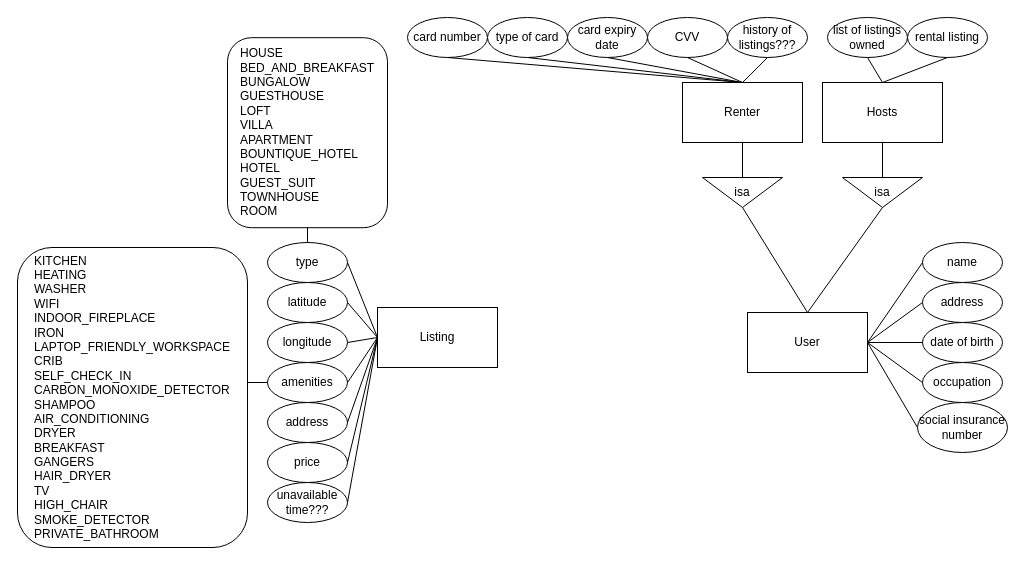
This is ERDiagram.drawio from TylarZhu/CSCC43Project, a draw.io file, before an edit. Source tidied: cells renumbered, new cells numbered last; positions are measured from the earlier drawing's top-left corner, leaving out a move shared by most shapes. Both pictures are drawn from the tidied source at 100%, with x=0, y=0 at pixel (17, 17).
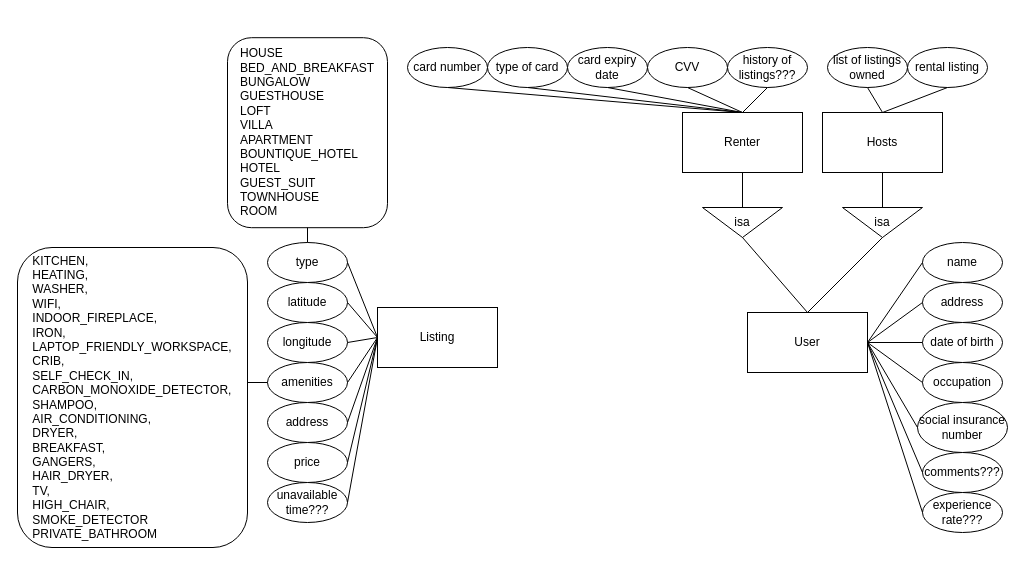
After the change.

Unchanged cells that the change refers to:
```xml
<mxCell id="21" value="User" style="rounded=0;whiteSpace=wrap;html=1;" parent="1" vertex="1">
  <mxGeometry x="730" y="295" width="120" height="60" as="geometry" />
</mxCell>
```

Change to the diagram source:
```diff
@@
-    <mxCell id="11" value="&lt;div style=&quot;text-align: left&quot;&gt;&lt;span&gt;KITCHEN&lt;/span&gt;&lt;/div&gt;&lt;div style=&quot;text-align: left&quot;&gt;&lt;span&gt;HEATING&lt;/span&gt;&lt;/div&gt;&lt;div style=&quot;text-align: left&quot;&gt;&lt;span&gt;WASHER&lt;/span&gt;&lt;/div&gt;&lt;div style=&quot;text-align: left&quot;&gt;&lt;span&gt;WIFI&lt;/span&gt;&lt;/div&gt;&lt;div style=&quot;text-align: left&quot;&gt;INDOOR_FIREPLACE&lt;/div&gt;&lt;div style=&quot;text-align: left&quot;&gt;IRON&lt;/div&gt;&lt;div style=&quot;text-align: left&quot;&gt;LAPTOP_FRIENDLY_WORKSPACE&lt;/div&gt;&lt;div style=&quot;text-align: left&quot;&gt;CRIB&lt;/div&gt;&lt;div style=&quot;text-align: left&quot;&gt;SELF_CHECK_IN&lt;/div&gt;&lt;div style=&quot;text-align: left&quot;&gt;CARBON_MONOXIDE_DETECTOR&lt;/div&gt;&lt;div style=&quot;text-align: left&quot;&gt;SHAMPOO&lt;/div&gt;&lt;div style=&quot;text-align: left&quot;&gt;AIR_CONDITIONING&lt;/div&gt;&lt;div style=&quot;text-align: left&quot;&gt;DRYER&lt;/div&gt;&lt;div style=&quot;text-align: left&quot;&gt;BREAKFAST&lt;/div&gt;&lt;div style=&quot;text-align: left&quot;&gt;GANGERS&lt;/div&gt;&lt;div style=&quot;text-align: left&quot;&gt;HAIR_DRYER&lt;/div&gt;&lt;div style=&quot;text-align: left&quot;&gt;TV&lt;/div&gt;&lt;div style=&quot;text-align: left&quot;&gt;HIGH_CHAIR&lt;/div&gt;&lt;div style=&quot;text-align: left&quot;&gt;SMOKE_DETECTOR&lt;/div&gt;&lt;div style=&quot;text-align: left&quot;&gt;PRIVATE_BATHROOM&lt;/div&gt;" style="rounded=1;whiteSpace=wrap;html=1;" parent="1" vertex="1">
+    <mxCell id="11" value="&lt;div style=&quot;text-align: left&quot;&gt;&lt;span&gt;KITCHEN,&lt;/span&gt;&lt;/div&gt;&lt;div style=&quot;text-align: left&quot;&gt;&lt;span&gt;HEATING,&lt;/span&gt;&lt;/div&gt;&lt;div style=&quot;text-align: left&quot;&gt;&lt;span&gt;WASHER,&lt;/span&gt;&lt;/div&gt;&lt;div style=&quot;text-align: left&quot;&gt;&lt;span&gt;WIFI,&lt;/span&gt;&lt;/div&gt;&lt;div style=&quot;text-align: left&quot;&gt;INDOOR_FIREPLACE,&lt;/div&gt;&lt;div style=&quot;text-align: left&quot;&gt;IRON,&lt;/div&gt;&lt;div style=&quot;text-align: left&quot;&gt;LAPTOP_FRIENDLY_WORKSPACE,&lt;/div&gt;&lt;div style=&quot;text-align: left&quot;&gt;CRIB,&lt;/div&gt;&lt;div style=&quot;text-align: left&quot;&gt;SELF_CHECK_IN,&lt;/div&gt;&lt;div style=&quot;text-align: left&quot;&gt;CARBON_MONOXIDE_DETECTOR,&lt;/div&gt;&lt;div style=&quot;text-align: left&quot;&gt;SHAMPOO,&lt;/div&gt;&lt;div style=&quot;text-align: left&quot;&gt;AIR_CONDITIONING,&lt;/div&gt;&lt;div style=&quot;text-align: left&quot;&gt;DRYER,&lt;/div&gt;&lt;div style=&quot;text-align: left&quot;&gt;BREAKFAST,&lt;/div&gt;&lt;div style=&quot;text-align: left&quot;&gt;GANGERS,&lt;/div&gt;&lt;div style=&quot;text-align: left&quot;&gt;HAIR_DRYER,&lt;/div&gt;&lt;div style=&quot;text-align: left&quot;&gt;TV,&lt;/div&gt;&lt;div style=&quot;text-align: left&quot;&gt;HIGH_CHAIR,&lt;/div&gt;&lt;div style=&quot;text-align: left&quot;&gt;SMOKE_DETECTOR&lt;/div&gt;&lt;div style=&quot;text-align: left&quot;&gt;PRIVATE_BATHROOM&lt;/div&gt;" style="rounded=1;whiteSpace=wrap;html=1;" parent="1" vertex="1">
       <mxGeometry y="230" width="230" height="300" as="geometry" />
     </mxCell>
@@
     <mxCell id="32" value="isa" style="triangle;whiteSpace=wrap;html=1;direction=south;" parent="1" vertex="1">
-      <mxGeometry x="685" y="160" width="80" height="30" as="geometry" />
+      <mxGeometry x="685" y="190" width="80" height="30" as="geometry" />
     </mxCell>
     <mxCell id="33" value="isa" style="triangle;whiteSpace=wrap;html=1;direction=south;" parent="1" vertex="1">
-      <mxGeometry x="825" y="160" width="80" height="30" as="geometry" />
+      <mxGeometry x="825" y="190" width="80" height="30" as="geometry" />
     </mxCell>
     <mxCell id="34" value="Renter" style="rounded=0;whiteSpace=wrap;html=1;" parent="1" vertex="1">
-      <mxGeometry x="665" y="65" width="120" height="60" as="geometry" />
+      <mxGeometry x="665" y="95" width="120" height="60" as="geometry" />
     </mxCell>
     <mxCell id="35" value="Hosts" style="rounded=0;whiteSpace=wrap;html=1;" parent="1" vertex="1">
-      <mxGeometry x="805" y="65" width="120" height="60" as="geometry" />
+      <mxGeometry x="805" y="95" width="120" height="60" as="geometry" />
     </mxCell>
     <mxCell id="36" value="card number" style="ellipse;whiteSpace=wrap;html=1;" parent="1" vertex="1">
-      <mxGeometry x="390" width="80" height="40" as="geometry" />
+      <mxGeometry x="390" y="30" width="80" height="40" as="geometry" />
     </mxCell>
     <mxCell id="37" value="type of card" style="ellipse;whiteSpace=wrap;html=1;" parent="1" vertex="1">
-      <mxGeometry x="470" width="80" height="40" as="geometry" />
+      <mxGeometry x="470" y="30" width="80" height="40" as="geometry" />
     </mxCell>
@@
     <mxCell id="44" value="card expiry date" style="ellipse;whiteSpace=wrap;html=1;" parent="1" vertex="1">
-      <mxGeometry x="550" width="80" height="40" as="geometry" />
+      <mxGeometry x="550" y="30" width="80" height="40" as="geometry" />
     </mxCell>
@@
     <mxCell id="46" value="CVV" style="ellipse;whiteSpace=wrap;html=1;" parent="1" vertex="1">
-      <mxGeometry x="630" width="80" height="40" as="geometry" />
+      <mxGeometry x="630" y="30" width="80" height="40" as="geometry" />
     </mxCell>
@@
     <mxCell id="48" value="history of listings???" style="ellipse;whiteSpace=wrap;html=1;" parent="1" vertex="1">
-      <mxGeometry x="710" width="80" height="40" as="geometry" />
+      <mxGeometry x="710" y="30" width="80" height="40" as="geometry" />
     </mxCell>
@@
     <mxCell id="50" value="list of listings owned" style="ellipse;whiteSpace=wrap;html=1;" parent="1" vertex="1">
-      <mxGeometry x="810" width="80" height="40" as="geometry" />
+      <mxGeometry x="810" y="30" width="80" height="40" as="geometry" />
     </mxCell>
     <mxCell id="51" value="rental listing" style="ellipse;whiteSpace=wrap;html=1;" parent="1" vertex="1">
-      <mxGeometry x="890" width="80" height="40" as="geometry" />
+      <mxGeometry x="890" y="30" width="80" height="40" as="geometry" />
     </mxCell>
@@
+    <mxCell id="54" value="comments???" style="ellipse;whiteSpace=wrap;html=1;" parent="1" vertex="1">
+      <mxGeometry x="905" y="435" width="80" height="40" as="geometry" />
+    </mxCell>
+    <mxCell id="55" value="experience rate???" style="ellipse;whiteSpace=wrap;html=1;" parent="1" vertex="1">
+      <mxGeometry x="905" y="475" width="80" height="40" as="geometry" />
+    </mxCell>
+    <mxCell id="56" style="endArrow=none;html=1;entryX=1;entryY=0.5;entryDx=0;entryDy=0;exitX=0;exitY=0.5;exitDx=0;exitDy=0;" parent="1" edge="1" source="54" target="21">
+      <mxGeometry relative="1" as="geometry" />
+    </mxCell>
+    <mxCell id="57" style="endArrow=none;html=1;entryX=1;entryY=0.5;entryDx=0;entryDy=0;exitX=0;exitY=0.5;exitDx=0;exitDy=0;" parent="1" edge="1" source="55" target="21">
+      <mxGeometry relative="1" as="geometry" />
+    </mxCell>
```
